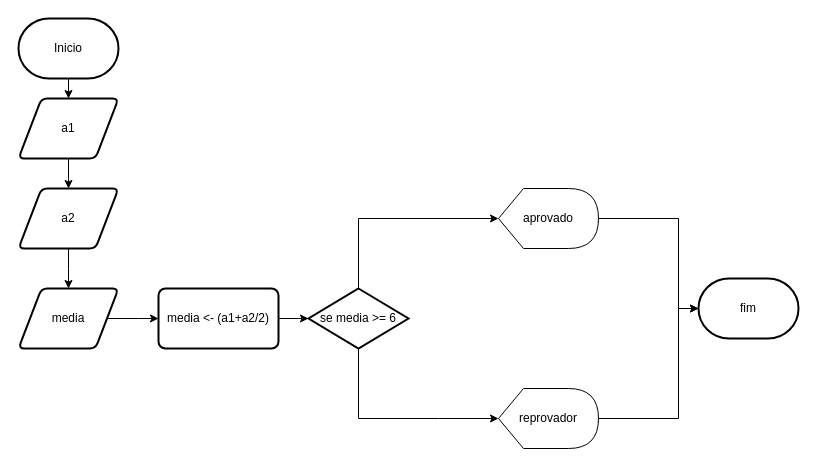
Before: 2ATVquestão4.drawio in MarcosWPinheiroM/php, a draw.io diagram. Source tidied: cells renumbered, new cells numbered last; positions are measured from the earlier drawing's top-left corner, leaving out a move shared by most shapes. Both pictures are drawn from the tidied source at 100%, with x=0, y=0 at pixel (18, 18).
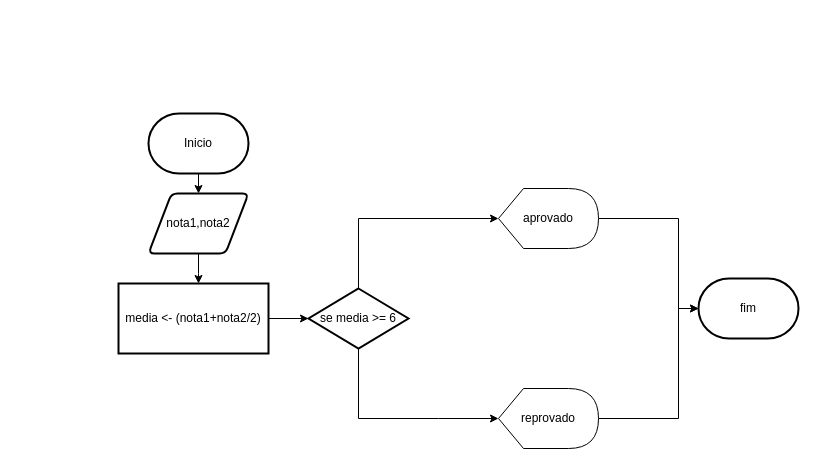
Above is the later version.

Unchanged cells that the change refers to:
```xml
<mxCell id="14" value="se media &amp;gt;= 6" style="strokeWidth=2;html=1;shape=mxgraph.flowchart.decision;whiteSpace=wrap;" parent="1" vertex="1">
  <mxGeometry x="290" y="270" width="100" height="60" as="geometry" />
</mxCell>
```

What changed in the source:
```diff
@@
     <mxCell id="2" style="edgeStyle=orthogonalEdgeStyle;rounded=0;jettySize=auto;html=1;" parent="1" edge="1" source="3">
       <mxGeometry relative="1" as="geometry">
-        <mxPoint x="50" y="80" as="targetPoint" />
+        <mxPoint x="180" y="175" as="targetPoint" />
       </mxGeometry>
     </mxCell>
     <mxCell id="3" value="Inicio" style="strokeWidth=2;html=1;shape=mxgraph.flowchart.terminator;whiteSpace=wrap;" parent="1" vertex="1">
-      <mxGeometry width="100" height="60" as="geometry" />
+      <mxGeometry x="130" y="95" width="100" height="60" as="geometry" />
     </mxCell>
     <mxCell id="4" style="edgeStyle=orthogonalEdgeStyle;rounded=0;jettySize=auto;html=1;" parent="1" edge="1" source="5">
       <mxGeometry relative="1" as="geometry">
-        <mxPoint x="50" y="170" as="targetPoint" />
+        <mxPoint x="180" y="265" as="targetPoint" />
       </mxGeometry>
     </mxCell>
-    <mxCell id="5" value="a1" style="shape=parallelogram;html=1;strokeWidth=2;perimeter=parallelogramPerimeter;whiteSpace=wrap;rounded=1;arcSize=12;size=0.23;" parent="1" vertex="1">
-      <mxGeometry y="80" width="100" height="60" as="geometry" />
+    <mxCell id="5" value="nota1,nota2" style="shape=parallelogram;html=1;strokeWidth=2;perimeter=parallelogramPerimeter;whiteSpace=wrap;rounded=1;arcSize=12;size=0.23;" parent="1" vertex="1">
+      <mxGeometry x="130" y="175" width="100" height="60" as="geometry" />
     </mxCell>
-    <mxCell id="6" style="edgeStyle=orthogonalEdgeStyle;rounded=0;jettySize=auto;html=1;" parent="1" edge="1" source="7">
-      <mxGeometry relative="1" as="geometry">
-        <mxPoint x="50" y="270" as="targetPoint" />
-      </mxGeometry>
-    </mxCell>
-    <mxCell id="7" value="a2" style="shape=parallelogram;html=1;strokeWidth=2;perimeter=parallelogramPerimeter;whiteSpace=wrap;rounded=1;arcSize=12;size=0.23;" parent="1" vertex="1">
-      <mxGeometry y="170" width="100" height="60" as="geometry" />
-    </mxCell>
-    <mxCell id="8" style="edgeStyle=orthogonalEdgeStyle;rounded=0;jettySize=auto;html=1;" parent="1" edge="1" source="9">
-      <mxGeometry relative="1" as="geometry">
-        <mxPoint x="140" y="300" as="targetPoint" />
-      </mxGeometry>
-    </mxCell>
-    <mxCell id="9" value="media" style="shape=parallelogram;html=1;strokeWidth=2;perimeter=parallelogramPerimeter;whiteSpace=wrap;rounded=1;arcSize=12;size=0.23;" parent="1" vertex="1">
-      <mxGeometry y="270" width="100" height="60" as="geometry" />
-    </mxCell>
-    <mxCell id="10" style="edgeStyle=orthogonalEdgeStyle;rounded=0;jettySize=auto;html=1;" parent="1" edge="1" source="11">
-      <mxGeometry relative="1" as="geometry">
-        <mxPoint x="290" y="300" as="targetPoint" />
-      </mxGeometry>
+    <mxCell id="10" style="edgeStyle=orthogonalEdgeStyle;rounded=0;jettySize=auto;html=1;entryX=0;entryY=0.5;entryDx=0;entryDy=0;entryPerimeter=0;" parent="1" edge="1" source="11" target="14">
+      <mxGeometry relative="1" as="geometry" />
     </mxCell>
-    <mxCell id="11" value="media &amp;lt;- (a1+a2/2)" style="rounded=1;whiteSpace=wrap;html=1;absoluteArcSize=1;arcSize=14;strokeWidth=2;" parent="1" vertex="1">
-      <mxGeometry x="140" y="270" width="120" height="60" as="geometry" />
+    <mxCell id="11" value="media &amp;lt;- (nota1+nota2/2)" style="rounded=0;whiteSpace=wrap;html=1;absoluteArcSize=1;arcSize=14;strokeWidth=2;" parent="1" vertex="1">
+      <mxGeometry x="100" y="265" width="150" height="70" as="geometry" />
     </mxCell>
@@
-    <mxCell id="18" value="reprovador" style="shape=display;whiteSpace=wrap;html=1;" parent="1" vertex="1">
+    <mxCell id="18" value="reprovado" style="shape=display;whiteSpace=wrap;html=1;" parent="1" vertex="1">
       <mxGeometry x="480" y="370" width="100" height="60" as="geometry" />
     </mxCell>
```
